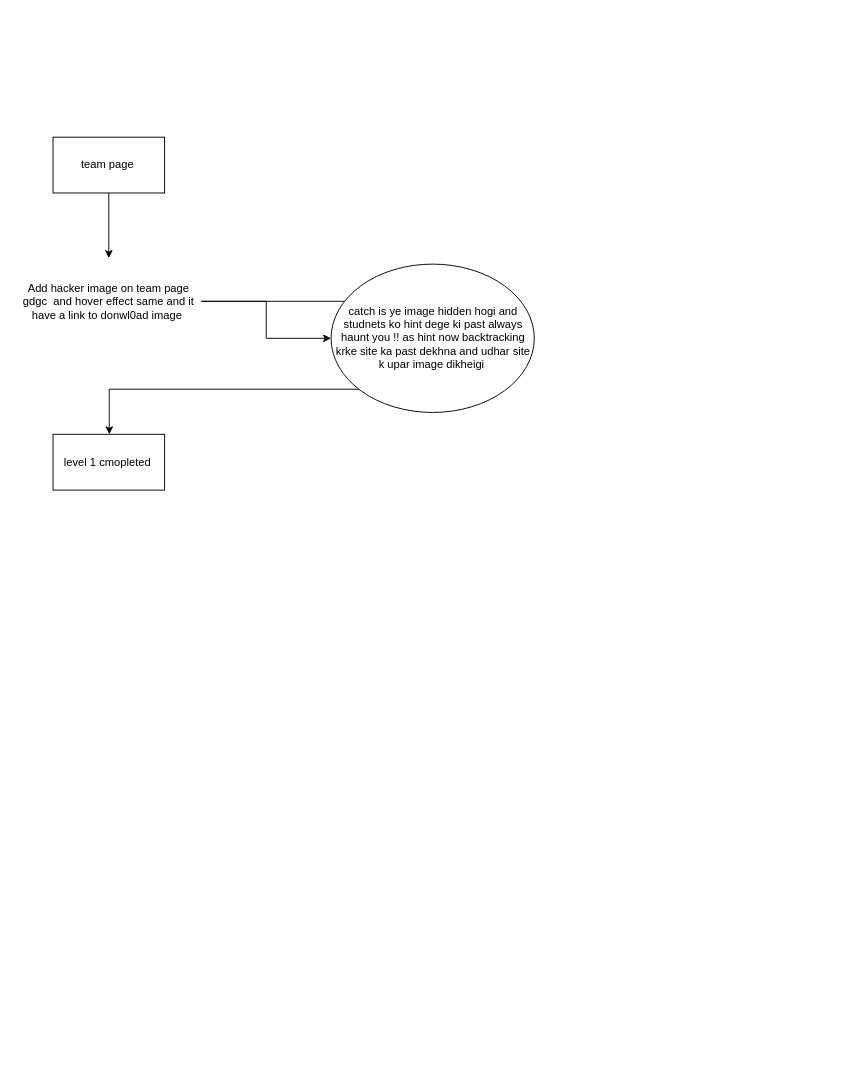
Above: Ctf.drawio in utkarshcse2026/SWE-Lab-Sem6- (draw.io), before the change. Source tidied: cells renumbered, new cells numbered last; positions are measured from the earlier drawing's top-left corner, leaving out a move shared by most shapes. Both pictures are drawn from the tidied source at 93%, with x=0, y=0 at pixel (16, 137).
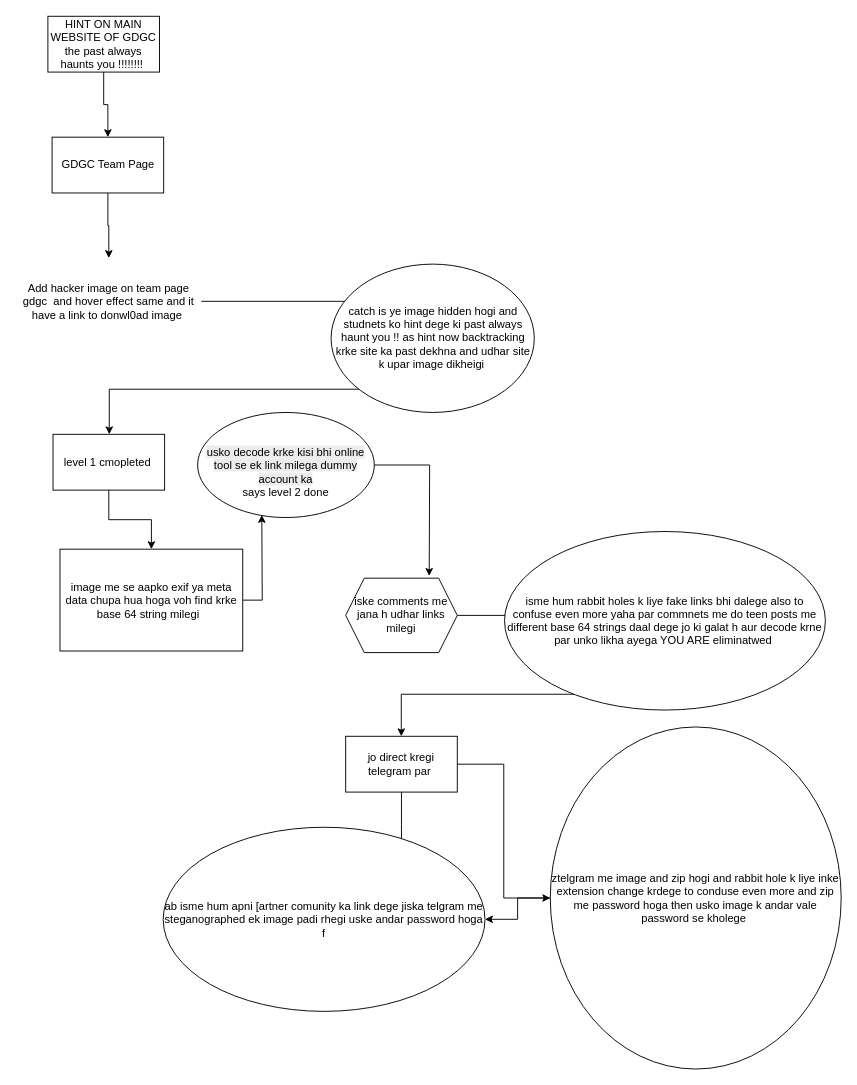
The same page after the edit.

The change refers to these unchanged cells:
```xml
<mxCell id="4" value="Add hacker image on team page gdgc&amp;nbsp; and hover effect same and it have a link to donwl0ad image&amp;nbsp;" style="text;html=1;align=center;verticalAlign=middle;whiteSpace=wrap;rounded=0;" parent="1" vertex="1">
  <mxGeometry y="130" width="199" height="93" as="geometry" />
</mxCell>
<mxCell id="7" value="level 1 cmopleted&amp;nbsp;" style="whiteSpace=wrap;html=1;" parent="1" vertex="1">
  <mxGeometry x="39.5" y="319.5" width="120" height="60" as="geometry" />
</mxCell>
<mxCell id="8" value="catch is ye image hidden hogi and studnets ko hint dege ki past always haunt you !! as hint now backtracking krke site ka past dekhna and udhar site k upar image dikheigi&amp;nbsp;" style="ellipse;whiteSpace=wrap;html=1;" parent="1" vertex="1">
  <mxGeometry x="338.5" y="136.5" width="218.5" height="159.5" as="geometry" />
</mxCell>
```

Diff of the diagram source:
```diff
@@
-    <mxCell id="3" style="edgeStyle=orthogonalEdgeStyle;rounded=0;jettySize=auto;html=1;" parent="1" edge="1" source="4" target="8">
-      <mxGeometry relative="1" as="geometry" />
-    </mxCell>
@@
-    <mxCell id="6" value="team page&amp;nbsp;" style="rounded=0;whiteSpace=wrap;html=1;" parent="1" vertex="1">
-      <mxGeometry x="39.5" width="120" height="60" as="geometry" />
+    <mxCell id="6" value="GDGC Team Page" style="rounded=0;whiteSpace=wrap;html=1;" parent="1" vertex="1">
+      <mxGeometry x="38.5" width="120" height="60" as="geometry" />
     </mxCell>
+    <mxCell id="9" style="edgeStyle=orthogonalEdgeStyle;rounded=0;jettySize=auto;html=1;" parent="1" edge="1" source="7" target="11">
+      <mxGeometry relative="1" as="geometry" />
+    </mxCell>
@@
+    <mxCell id="10" style="edgeStyle=orthogonalEdgeStyle;rounded=0;jettySize=auto;html=1;" parent="1" edge="1" source="11">
+      <mxGeometry relative="1" as="geometry">
+        <mxPoint x="264" y="406.2" as="targetPoint" />
+      </mxGeometry>
+    </mxCell>
+    <mxCell id="11" value="image me se aapko exif ya meta data chupa hua hoga voh find krke base 64 string milegi&amp;nbsp;&amp;nbsp;" style="whiteSpace=wrap;html=1;" parent="1" vertex="1">
+      <mxGeometry x="47" y="443" width="196.5" height="109.5" as="geometry" />
+    </mxCell>
+    <mxCell id="12" style="edgeStyle=orthogonalEdgeStyle;rounded=0;jettySize=auto;html=1;" parent="1" edge="1" source="13" target="16">
+      <mxGeometry relative="1" as="geometry">
+        <Array as="points">
+          <mxPoint x="638" y="514" />
+          <mxPoint x="638" y="599" />
+          <mxPoint x="414" y="599" />
+        </Array>
+      </mxGeometry>
+    </mxCell>
+    <mxCell id="13" value="iske comments me jana h udhar links milegi" style="shape=hexagon;perimeter=hexagonPerimeter2;whiteSpace=wrap;html=1;fixedSize=1;" parent="1" vertex="1">
+      <mxGeometry x="354.2" y="474.2" width="120" height="80" as="geometry" />
+    </mxCell>
+    <mxCell id="14" style="edgeStyle=orthogonalEdgeStyle;rounded=0;jettySize=auto;html=1;" parent="1" edge="1" source="16">
+      <mxGeometry relative="1" as="geometry">
+        <mxPoint x="414.2" y="774.2" as="targetPoint" />
+      </mxGeometry>
+    </mxCell>
+    <mxCell id="15" style="edgeStyle=orthogonalEdgeStyle;rounded=0;jettySize=auto;html=1;" parent="1" edge="1" source="16" target="22">
+      <mxGeometry relative="1" as="geometry" />
+    </mxCell>
+    <mxCell id="16" value="jo direct kregi telegram par&amp;nbsp;" style="whiteSpace=wrap;html=1;" parent="1" vertex="1">
+      <mxGeometry x="354.2" y="644.2" width="120" height="60" as="geometry" />
+    </mxCell>
+    <mxCell id="17" style="edgeStyle=orthogonalEdgeStyle;rounded=0;jettySize=auto;html=1;" parent="1" edge="1" source="18">
+      <mxGeometry relative="1" as="geometry">
+        <mxPoint x="444" y="471.8" as="targetPoint" />
+      </mxGeometry>
+    </mxCell>
+    <mxCell id="18" value="&lt;br&gt;&lt;span style=&quot;color: rgb(0, 0, 0); font-family: Helvetica; font-size: 12px; font-style: normal; font-variant-ligatures: normal; font-variant-caps: normal; font-weight: 400; letter-spacing: normal; orphans: 2; text-align: center; text-indent: 0px; text-transform: none; widows: 2; word-spacing: 0px; -webkit-text-stroke-width: 0px; white-space: normal; background-color: rgb(236, 236, 236); text-decoration-thickness: initial; text-decoration-style: initial; text-decoration-color: initial; float: none; display: inline !important;&quot;&gt;usko decode krke kisi bhi online tool se ek link milega dummy account ka&lt;/span&gt;&lt;br&gt;says level 2 done" style="ellipse;whiteSpace=wrap;html=1;" parent="1" vertex="1">
+      <mxGeometry x="195" y="296" width="190" height="113" as="geometry" />
+    </mxCell>
+    <mxCell id="19" value="isme hum rabbit holes k liye fake links bhi dalege also to confuse even more yaha par commnets me do teen posts me different base 64 strings daal dege jo ki galat h aur decode krne par unko likha ayega YOU ARE eliminatwed&amp;nbsp;" style="ellipse;whiteSpace=wrap;html=1;" parent="1" vertex="1">
+      <mxGeometry x="525" y="424" width="345" height="192" as="geometry" />
+    </mxCell>
+    <mxCell id="20" value="ab isme hum apni [artner comunity ka link dege jiska telgram me steganographed ek image padi rhegi uske andar password hoga f" style="ellipse;whiteSpace=wrap;html=1;" parent="1" vertex="1">
+      <mxGeometry x="158" y="742" width="346" height="198" as="geometry" />
+    </mxCell>
+    <mxCell id="21" style="edgeStyle=orthogonalEdgeStyle;rounded=0;jettySize=auto;html=1;" parent="1" edge="1" source="22" target="20">
+      <mxGeometry relative="1" as="geometry" />
+    </mxCell>
+    <mxCell id="22" value="ztelgram me image and zip hogi and rabbit hole k liye inke extension change krdege to conduse even more and zip me password hoga then usko image k andar vale password se kholege&amp;nbsp;" style="ellipse;whiteSpace=wrap;html=1;" parent="1" vertex="1">
+      <mxGeometry x="574.2" y="634.2" width="312.8" height="367.8" as="geometry" />
+    </mxCell>
+    <mxCell id="23" style="edgeStyle=orthogonalEdgeStyle;rounded=0;jettySize=auto;html=1;" parent="1" edge="1" source="24" target="6">
+      <mxGeometry relative="1" as="geometry" />
+    </mxCell>
+    <mxCell id="24" value="HINT ON MAIN WEBSITE OF GDGC&lt;br&gt;the past always haunts you !!!!!!!!&amp;nbsp;" style="rounded=0;whiteSpace=wrap;html=1;" parent="1" vertex="1">
+      <mxGeometry x="34" y="-130" width="120" height="60" as="geometry" />
+    </mxCell>
```
